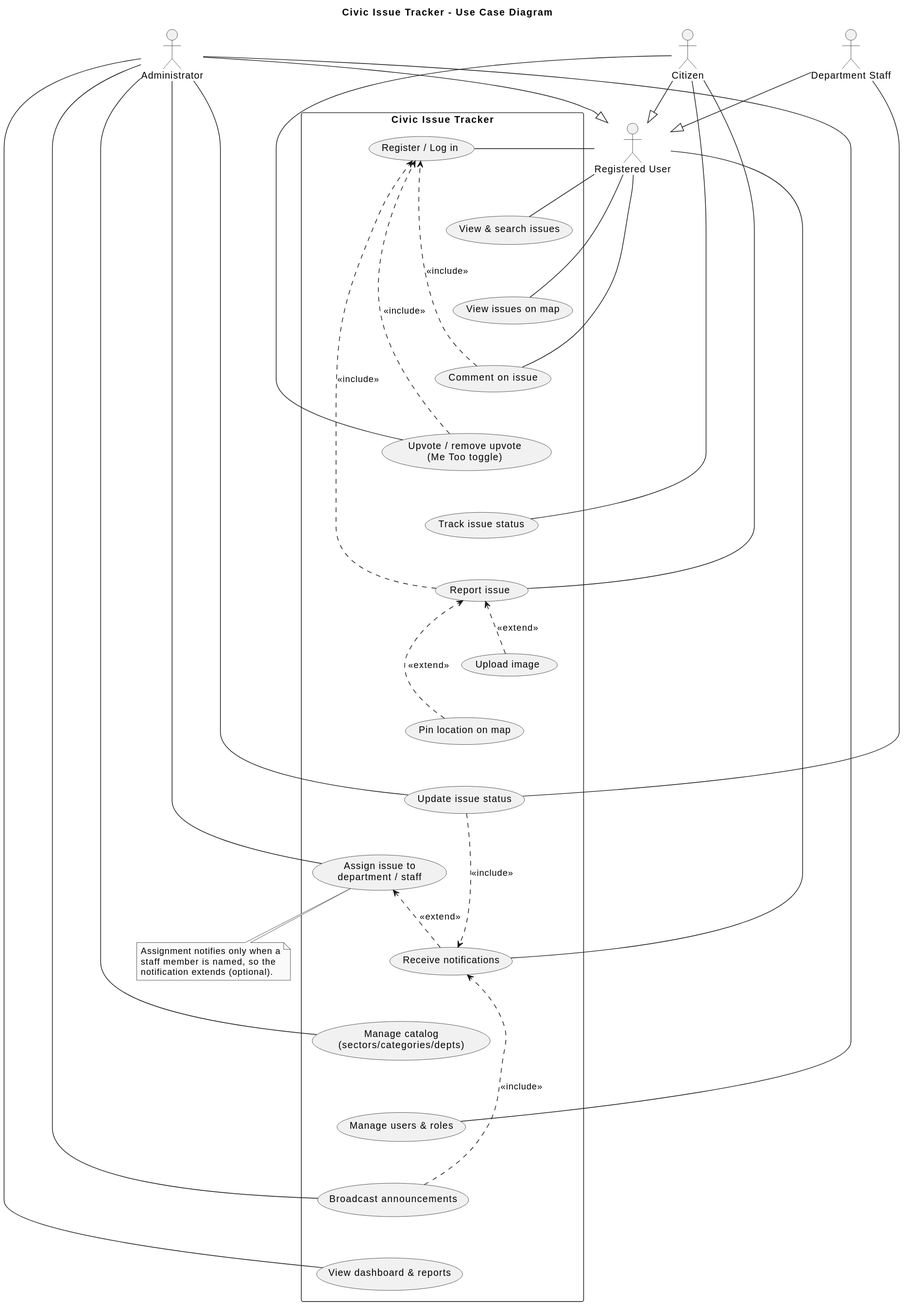
Earlier version of the PlantUML export docs/diagrams/use-case.svg (manojkumaranna07-svg/civic-issue-tracker).
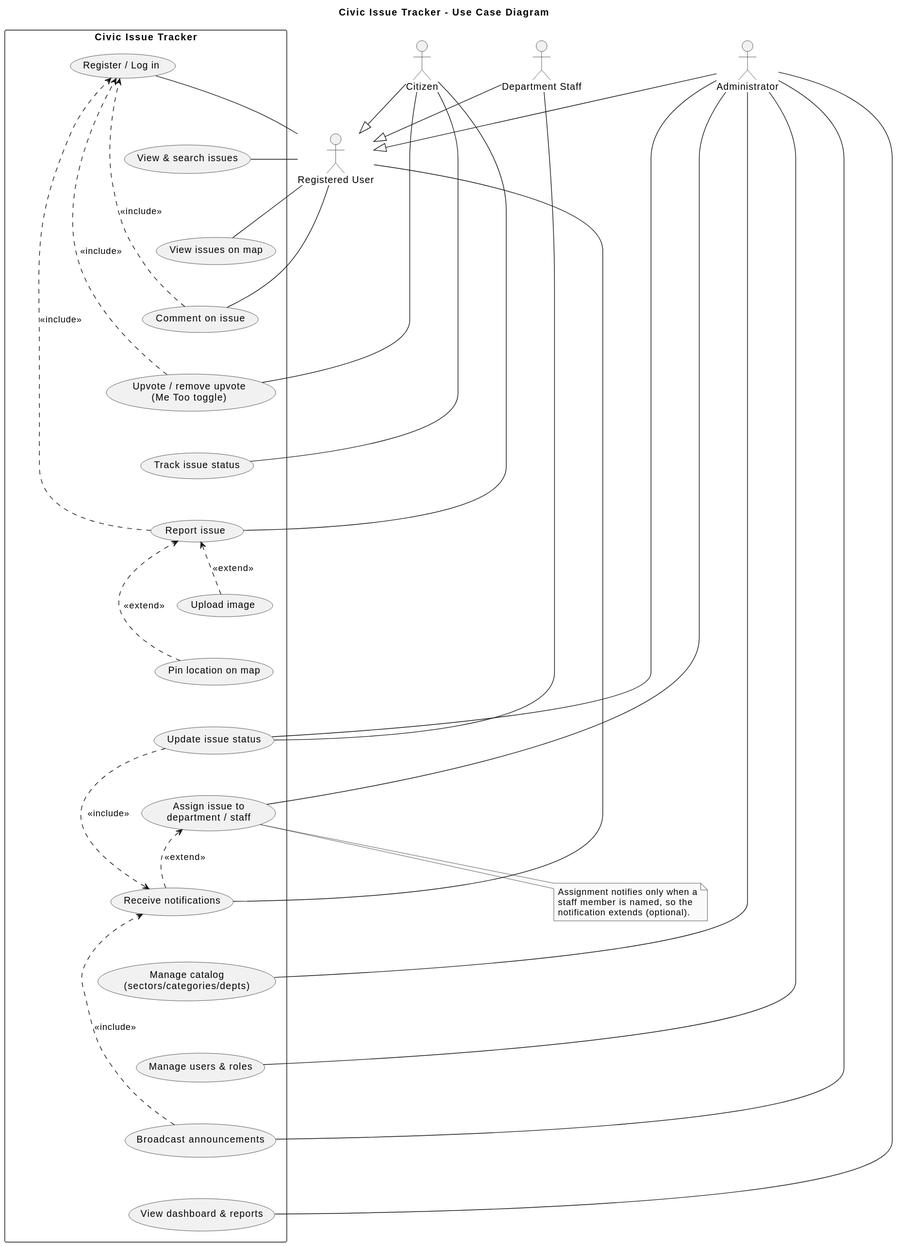
The same diagram one commit later.

Commit message:
Use case: move generalized Registered User actor outside system boundary

Diff of the diagram source:
```diff
@@ -48,6 +48,7 @@
 UC_Users -[hidden]d- UC_Announce
 UC_Announce -[hidden]d- UC_Dash
 
+User -[hidden]u- UC_Auth
 User -- UC_Auth
 User -- UC_View
 User -- UC_Map
```
